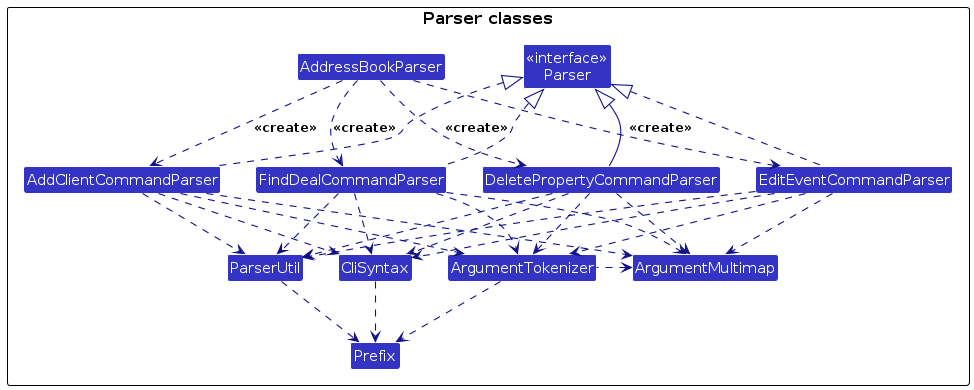
Earlier version of the PlantUML export diagrams/ParserStructure.png (kumar2215/tp). Its source is kept beside it as diagrams/ParserStructure.puml. The source it was exported from:
```plantuml
@startuml
!include style.puml
skinparam arrowThickness 1.1
skinparam arrowColor LOGIC_COLOR_T4
skinparam classBackgroundColor LOGIC_COLOR

package "Parser classes" {
  Class "<<interface>>\nParser" as Parser
  Class AddressBookParser
  Class FindDealCommandParser
  Class AddClientCommandParser
  Class EditEventCommandParser
  Class DeletePropertyCommandParser
  Class CliSyntax
  Class ParserUtil
  Class ArgumentMultimap
  Class ArgumentTokenizer
  Class Prefix
}

FindDealCommandParser .up.|> Parser
AddClientCommandParser .up.|> Parser
EditEventCommandParser .up.|> Parser
DeletePropertyCommandParser -up-|> Parser

AddressBookParser .down.> FindDealCommandParser : <<create>>
AddressBookParser .down.> AddClientCommandParser : <<create>>
AddressBookParser .down.> EditEventCommandParser : <<create>>
AddressBookParser .down.> DeletePropertyCommandParser : <<create>>

FindDealCommandParser ..> ArgumentMultimap
AddClientCommandParser ..> ArgumentMultimap
EditEventCommandParser ..> ArgumentMultimap
DeletePropertyCommandParser ..> ArgumentMultimap

FindDealCommandParser ..> ArgumentTokenizer
AddClientCommandParser ..> ArgumentTokenizer
EditEventCommandParser ..> ArgumentTokenizer
DeletePropertyCommandParser ..> ArgumentTokenizer

ArgumentTokenizer .left.> ArgumentMultimap

FindDealCommandParser ..> CliSyntax
AddClientCommandParser ..> CliSyntax
EditEventCommandParser ..> CliSyntax
DeletePropertyCommandParser ..> CliSyntax

CliSyntax ..> Prefix

FindDealCommandParser ..> ParserUtil
AddClientCommandParser ..> ParserUtil
EditEventCommandParser ..> ParserUtil
DeletePropertyCommandParser ..> ParserUtil

ParserUtil .down.> Prefix
ArgumentTokenizer .down.> Prefix
@enduml
```
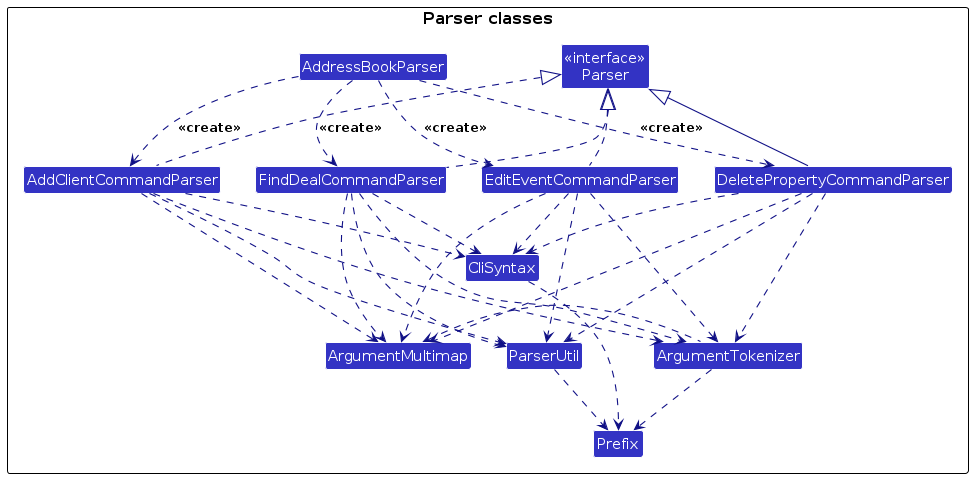
After the change.

What changed in the source:
```diff
@@ -28,15 +28,15 @@
 AddressBookParser .down.> EditEventCommandParser : <<create>>
 AddressBookParser .down.> DeletePropertyCommandParser : <<create>>
 
-FindDealCommandParser ..> ArgumentMultimap
-AddClientCommandParser ..> ArgumentMultimap
-EditEventCommandParser ..> ArgumentMultimap
-DeletePropertyCommandParser ..> ArgumentMultimap
+FindDealCommandParser ...> ArgumentMultimap
+AddClientCommandParser ...> ArgumentMultimap
+EditEventCommandParser ...> ArgumentMultimap
+DeletePropertyCommandParser ...> ArgumentMultimap
 
 FindDealCommandParser ..> ArgumentTokenizer
-AddClientCommandParser ..> ArgumentTokenizer
-EditEventCommandParser ..> ArgumentTokenizer
-DeletePropertyCommandParser ..> ArgumentTokenizer
+AddClientCommandParser ...> ArgumentTokenizer
+EditEventCommandParser ...> ArgumentTokenizer
+DeletePropertyCommandParser ...> ArgumentTokenizer
 
 ArgumentTokenizer .left.> ArgumentMultimap
 
@@ -50,7 +50,7 @@
 FindDealCommandParser ..> ParserUtil
 AddClientCommandParser ..> ParserUtil
 EditEventCommandParser ..> ParserUtil
-DeletePropertyCommandParser ..> ParserUtil
+DeletePropertyCommandParser ...> ParserUtil
 
 ParserUtil .down.> Prefix
 ArgumentTokenizer .down.> Prefix
```
